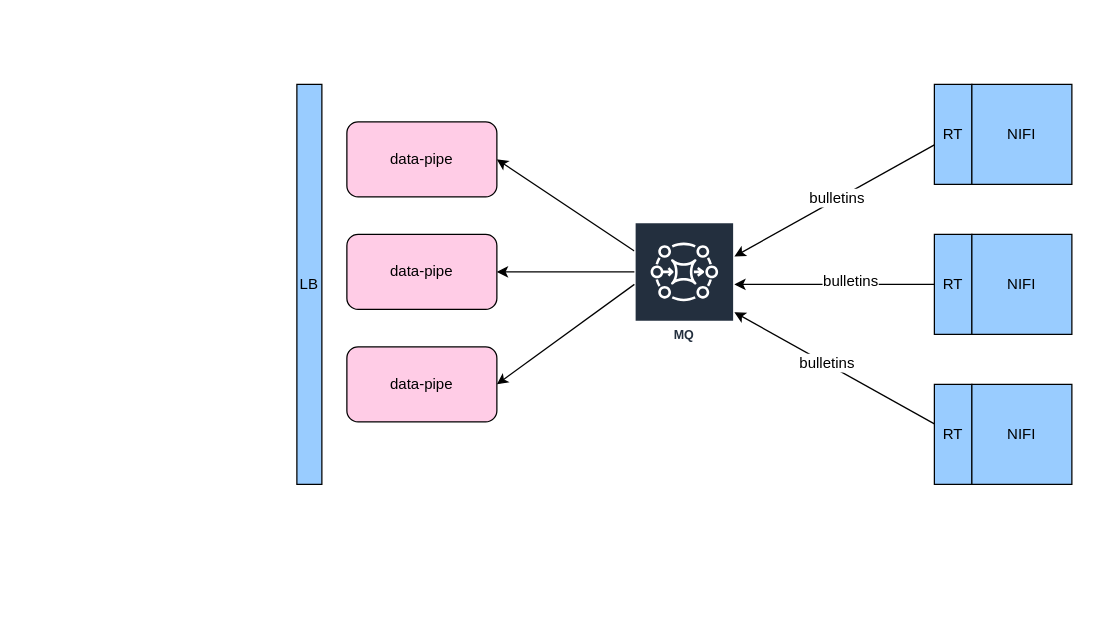
This is page "Error Info & Alert" (13 of 13) of 自助式接入.drawio from dophinlife/drawio, a draw.io file, before an edit. Source tidied: cells renumbered, new cells numbered last; positions are measured from the earlier drawing's top-left corner, leaving out a move shared by most shapes. Both pictures are drawn from the tidied source at 125%, with x=0, y=0 at pixel (296, 84).
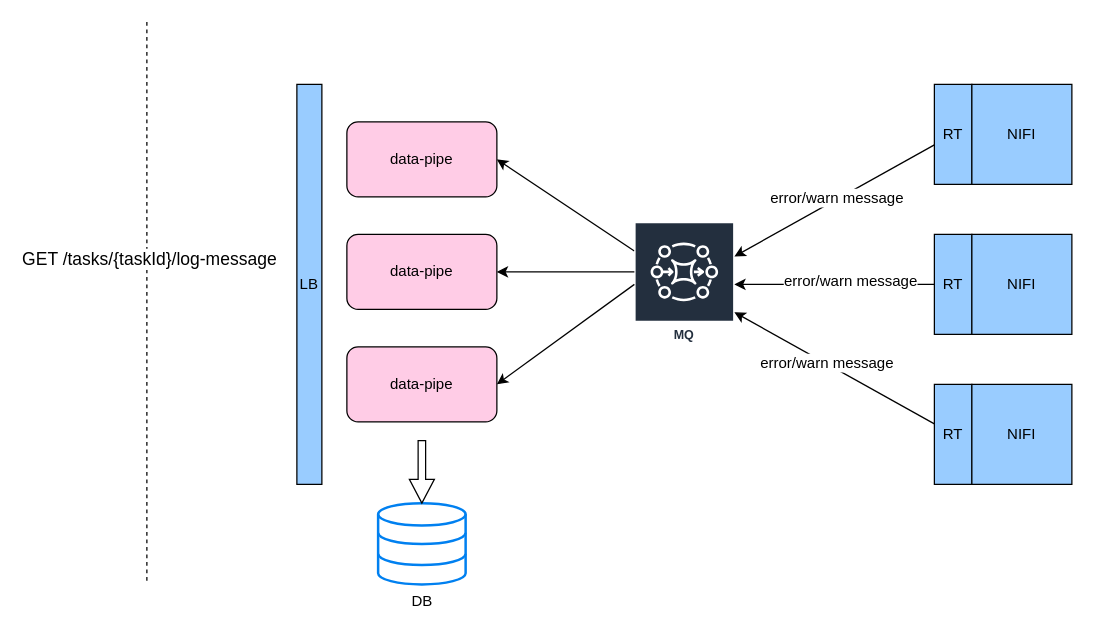
After the change.

The change refers to these unchanged cells:
```xml
<mxCell id="13" style="rounded=0;jettySize=auto;html=1;" parent="1" edge="1" source="3" target="12">
  <mxGeometry relative="1" as="geometry" />
</mxCell>
<mxCell id="15" style="edgeStyle=orthogonalEdgeStyle;rounded=0;jettySize=auto;html=1;" parent="1" edge="1" source="6" target="12">
  <mxGeometry relative="1" as="geometry" />
</mxCell>
<mxCell id="17" style="rounded=0;jettySize=auto;html=1;" parent="1" edge="1" source="9" target="12">
  <mxGeometry relative="1" as="geometry" />
</mxCell>
```

What changed in the source:
```diff
@@
-    <mxCell id="14" value="bulletins" style="text;html=1;align=center;verticalAlign=middle;labelBackgroundColor=#ffffff;" parent="13" vertex="1">
+    <mxCell id="14" value="error/warn message" style="text;html=1;align=center;verticalAlign=middle;labelBackgroundColor=#ffffff;" parent="13" vertex="1">
       <mxGeometry x="-0.03" y="-1" relative="1" as="geometry" />
     </mxCell>
@@
-    <mxCell id="16" value="bulletins" style="text;html=1;align=center;verticalAlign=middle;labelBackgroundColor=#ffffff;" parent="15" vertex="1">
+    <mxCell id="16" value="error/warn message" style="text;html=1;align=center;verticalAlign=middle;labelBackgroundColor=#ffffff;" parent="15" vertex="1">
       <mxGeometry x="-0.15" y="-3" relative="1" as="geometry" />
     </mxCell>
@@
-    <mxCell id="18" value="bulletins" style="text;html=1;align=center;verticalAlign=middle;labelBackgroundColor=#ffffff;" parent="17" vertex="1">
+    <mxCell id="18" value="error/warn message" style="text;html=1;align=center;verticalAlign=middle;labelBackgroundColor=#ffffff;" parent="17" vertex="1">
       <mxGeometry x="0.09" y="-1" relative="1" as="geometry" />
     </mxCell>
@@
+    <mxCell id="25" value="DB" style="html=1;verticalLabelPosition=bottom;align=center;labelBackgroundColor=#ffffff;verticalAlign=top;strokeWidth=2;strokeColor=#0080F0;shadow=0;dashed=0;shape=mxgraph.ios7.icons.data;" parent="1" vertex="1">
+      <mxGeometry x="65" y="335" width="70" height="65" as="geometry" />
+    </mxCell>
+    <mxCell id="26" style="html=1;shadow=0;dashed=0;align=center;verticalAlign=middle;shape=mxgraph.arrows2.arrow;dy=0.7;dx=19;direction=south;notch=0;" parent="1" vertex="1">
+      <mxGeometry x="90" y="285" width="20" height="50" as="geometry" />
+    </mxCell>
+    <mxCell id="27" style="endArrow=none;dashed=1;html=1;fontSize=16;" parent="1" edge="1">
+      <mxGeometry relative="1" as="geometry">
+        <mxPoint x="-120" y="-50" as="sourcePoint" />
+        <mxPoint x="-120" y="400" as="targetPoint" />
+      </mxGeometry>
+    </mxCell>
+    <mxCell id="28" value="&lt;font style=&quot;font-size: 14px&quot;&gt;GET /tasks/{taskId}/log-message&lt;/font&gt;" style="text;html=1;align=center;verticalAlign=middle;labelBackgroundColor=#ffffff;" parent="27" vertex="1">
+      <mxGeometry x="-0.16" y="1" relative="1" as="geometry" />
+    </mxCell>
```
